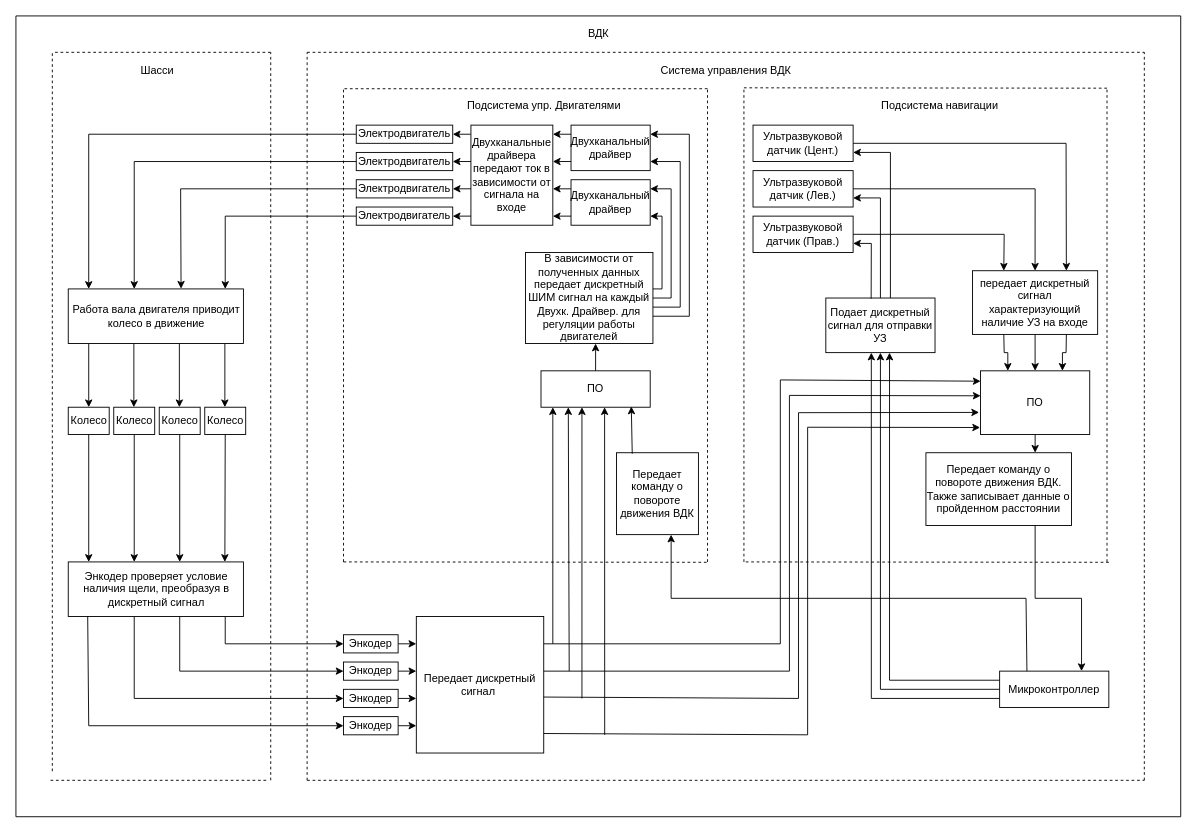
Above: Наработки/Схемы/Функциональная схема.drawio in AlexRussellGit/VKR---Russell-Alexander (draw.io), before the change. Source tidied: cells renumbered, new cells numbered last; positions are measured from the earlier drawing's top-left corner, leaving out a move shared by most shapes. Both pictures are drawn from the tidied source at 91%, with x=0, y=0 at pixel (15, 15).
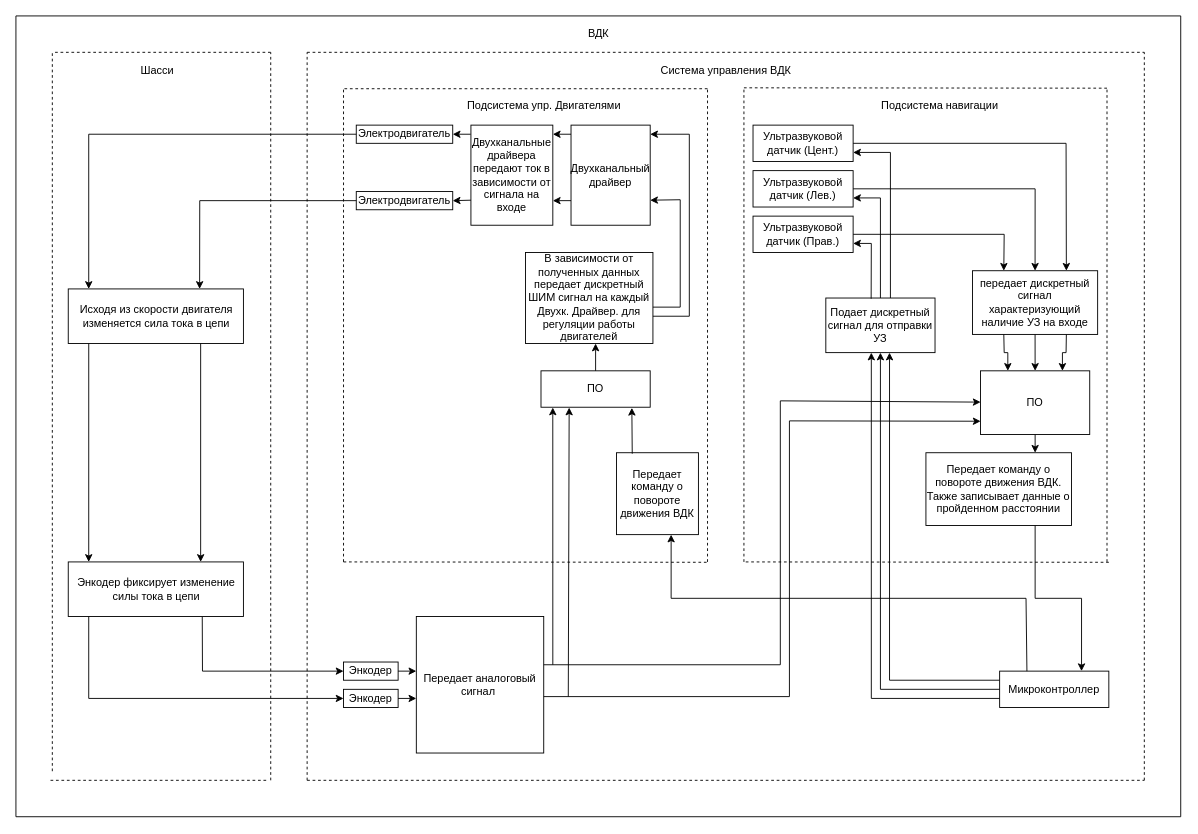
The same diagram, later.

Unchanged cells that the change refers to:
```xml
<mxCell id="28" value="ПО" style="rounded=0;whiteSpace=wrap;html=1;" parent="1" vertex="1">
  <mxGeometry x="577" y="390" width="120" height="40" as="geometry" />
</mxCell>
<mxCell id="38" value="ПО" style="rounded=0;whiteSpace=wrap;html=1;" parent="1" vertex="1">
  <mxGeometry x="1060" y="390" width="120" height="70" as="geometry" />
</mxCell>
<mxCell id="42" value="Энкодер" style="rounded=0;whiteSpace=wrap;html=1;" parent="1" vertex="1">
  <mxGeometry x="360" y="710" width="60" height="20" as="geometry" />
</mxCell>
<mxCell id="43" value="Энкодер" style="rounded=0;whiteSpace=wrap;html=1;" parent="1" vertex="1">
  <mxGeometry x="360" y="740" width="60" height="20" as="geometry" />
</mxCell>
<mxCell id="86" value="Передает команду о повороте движения ВДК" style="rounded=0;whiteSpace=wrap;html=1;" parent="1" vertex="1">
  <mxGeometry x="660" y="480" width="90" height="90" as="geometry" />
</mxCell>
<mxCell id="95" value="Двухканальные драйвера передают ток в зависимости от сигнала&amp;nbsp;на входе" style="rounded=0;whiteSpace=wrap;html=1;" parent="1" vertex="1">
  <mxGeometry x="500" y="120" width="90" height="110" as="geometry" />
</mxCell>
```

What changed in the source:
```diff
@@
-    <mxCell id="9" value="Колесо" style="rounded=0;whiteSpace=wrap;html=1;" parent="1" vertex="1">
-      <mxGeometry x="57.5" y="430" width="45" height="30" as="geometry" />
-    </mxCell>
@@
-    <mxCell id="30" value="Энкодер" style="rounded=0;whiteSpace=wrap;html=1;" parent="1" vertex="1">
-      <mxGeometry x="360" y="680" width="60" height="20" as="geometry" />
-    </mxCell>
@@
     <mxCell id="32" value="Электродвигатель" style="rounded=0;whiteSpace=wrap;html=1;" parent="1" vertex="1">
-      <mxGeometry x="374" y="150" width="106" height="20" as="geometry" />
+      <mxGeometry x="374" y="193" width="106" height="20" as="geometry" />
     </mxCell>
-    <mxCell id="33" value="Электродвигатель" style="rounded=0;whiteSpace=wrap;html=1;" parent="1" vertex="1">
-      <mxGeometry x="374" y="180" width="106" height="20" as="geometry" />
-    </mxCell>
-    <mxCell id="34" value="Электродвигатель" style="rounded=0;whiteSpace=wrap;html=1;" parent="1" vertex="1">
-      <mxGeometry x="374" y="210" width="106" height="20" as="geometry" />
-    </mxCell>
-    <mxCell id="35" value="Колесо" style="rounded=0;whiteSpace=wrap;html=1;" parent="1" vertex="1">
-      <mxGeometry x="107.5" y="430" width="45" height="30" as="geometry" />
-    </mxCell>
-    <mxCell id="36" value="Колесо" style="rounded=0;whiteSpace=wrap;html=1;" parent="1" vertex="1">
-      <mxGeometry x="157.5" y="430" width="45" height="30" as="geometry" />
-    </mxCell>
-    <mxCell id="37" value="Колесо" style="rounded=0;whiteSpace=wrap;html=1;" parent="1" vertex="1">
-      <mxGeometry x="207.5" y="430" width="45" height="30" as="geometry" />
-    </mxCell>
@@
-    <mxCell id="44" value="Энкодер" style="rounded=0;whiteSpace=wrap;html=1;" parent="1" vertex="1">
-      <mxGeometry x="360" y="770" width="60" height="20" as="geometry" />
-    </mxCell>
@@
-    <mxCell id="47" style="endArrow=classic;html=1;rounded=0;entryX=0.5;entryY=0;entryDx=0;entryDy=0;" parent="1" edge="1" target="9">
-      <mxGeometry relative="1" as="geometry">
-        <mxPoint x="80" y="360" as="sourcePoint" />
-      </mxGeometry>
-    </mxCell>
-    <mxCell id="48" style="endArrow=classic;html=1;rounded=0;entryX=0.5;entryY=0;entryDx=0;entryDy=0;" parent="1" edge="1">
-      <mxGeometry relative="1" as="geometry">
-        <mxPoint x="129.6" y="360" as="sourcePoint" />
-        <mxPoint x="129.6" y="430" as="targetPoint" />
-      </mxGeometry>
-    </mxCell>
-    <mxCell id="49" style="endArrow=classic;html=1;rounded=0;entryX=0.5;entryY=0;entryDx=0;entryDy=0;" parent="1" edge="1">
-      <mxGeometry relative="1" as="geometry">
-        <mxPoint x="179.6" y="360" as="sourcePoint" />
-        <mxPoint x="179.6" y="430" as="targetPoint" />
-      </mxGeometry>
-    </mxCell>
-    <mxCell id="50" style="endArrow=classic;html=1;rounded=0;entryX=0.5;entryY=0;entryDx=0;entryDy=0;" parent="1" edge="1">
-      <mxGeometry relative="1" as="geometry">
-        <mxPoint x="229.6" y="360" as="sourcePoint" />
-        <mxPoint x="229.6" y="430" as="targetPoint" />
-      </mxGeometry>
-    </mxCell>
-    <mxCell id="51" value="Работа вала двигателя приводит колесо в движение" style="rounded=0;whiteSpace=wrap;html=1;" parent="1" vertex="1">
+    <mxCell id="51" value="Исходя из скорости двигателя изменяется сила тока в цепи" style="rounded=0;whiteSpace=wrap;html=1;" parent="1" vertex="1">
       <mxGeometry x="57.5" y="300" width="192.5" height="60" as="geometry" />
     </mxCell>
@@
-    <mxCell id="53" style="endArrow=classic;html=1;rounded=0;exitX=0;exitY=0.5;exitDx=0;exitDy=0;" parent="1" edge="1" source="32">
+    <mxCell id="53" style="endArrow=classic;html=1;rounded=0;exitX=0;exitY=0.5;exitDx=0;exitDy=0;entryX=0.75;entryY=0;entryDx=0;entryDy=0;" parent="1" edge="1" source="32" target="51">
       <mxGeometry relative="1" as="geometry">
-        <mxPoint x="130" y="300" as="targetPoint" />
         <Array as="points">
-          <mxPoint x="130" y="160" />
+          <mxPoint x="202" y="203" />
         </Array>
       </mxGeometry>
     </mxCell>
-    <mxCell id="54" style="endArrow=classic;html=1;rounded=0;entryX=0.644;entryY=-0.004;entryDx=0;entryDy=0;entryPerimeter=0;exitX=0;exitY=0.5;exitDx=0;exitDy=0;" parent="1" edge="1" source="33" target="51">
-      <mxGeometry relative="1" as="geometry">
-        <Array as="points">
-          <mxPoint x="181" y="190" />
-        </Array>
-      </mxGeometry>
-    </mxCell>
-    <mxCell id="55" style="endArrow=classic;html=1;rounded=0;exitX=0;exitY=0.5;exitDx=0;exitDy=0;" parent="1" edge="1" source="34">
-      <mxGeometry relative="1" as="geometry">
-        <mxPoint x="230" y="300" as="targetPoint" />
-        <Array as="points">
-          <mxPoint x="230" y="220" />
-        </Array>
-      </mxGeometry>
-    </mxCell>
@@
-    <mxCell id="66" style="endArrow=classic;html=1;rounded=0;exitX=1;exitY=0.5;exitDx=0;exitDy=0;" parent="1" edge="1" source="30">
-      <mxGeometry relative="1" as="geometry">
-        <mxPoint x="440" y="690" as="targetPoint" />
-      </mxGeometry>
-    </mxCell>
-    <mxCell id="67" style="endArrow=classic;html=1;rounded=0;exitX=1;exitY=0.5;exitDx=0;exitDy=0;" parent="1" edge="1" source="44">
-      <mxGeometry relative="1" as="geometry">
-        <mxPoint x="440" y="780" as="targetPoint" />
-      </mxGeometry>
-    </mxCell>
-    <mxCell id="68" value="Передает дискретный сигнал&amp;nbsp;" style="rounded=0;whiteSpace=wrap;html=1;" parent="1" vertex="1">
+    <mxCell id="68" value="Передает аналоговый сигнал&amp;nbsp;" style="rounded=0;whiteSpace=wrap;html=1;" parent="1" vertex="1">
       <mxGeometry x="440" y="660" width="140" height="150" as="geometry" />
     </mxCell>
-    <mxCell id="69" style="endArrow=classic;html=1;rounded=0;exitX=0.5;exitY=1;exitDx=0;exitDy=0;" parent="1" edge="1" source="9">
+    <mxCell id="69" style="endArrow=classic;html=1;rounded=0;exitX=0.117;exitY=1;exitDx=0;exitDy=0;exitPerimeter=0;" parent="1" edge="1" source="51">
       <mxGeometry relative="1" as="geometry">
         <mxPoint x="80" y="600" as="targetPoint" />
       </mxGeometry>
     </mxCell>
-    <mxCell id="70" style="endArrow=classic;html=1;rounded=0;exitX=0.5;exitY=1;exitDx=0;exitDy=0;" parent="1" edge="1" source="35">
-      <mxGeometry relative="1" as="geometry">
-        <mxPoint x="130" y="600" as="targetPoint" />
-      </mxGeometry>
-    </mxCell>
-    <mxCell id="71" style="endArrow=classic;html=1;rounded=0;exitX=0.5;exitY=1;exitDx=0;exitDy=0;" parent="1" edge="1" source="36">
+    <mxCell id="71" style="endArrow=classic;html=1;rounded=0;" parent="1" edge="1">
       <mxGeometry relative="1" as="geometry">
-        <mxPoint x="180" y="600" as="targetPoint" />
+        <mxPoint x="203" y="360" as="sourcePoint" />
+        <mxPoint x="203" y="600" as="targetPoint" />
       </mxGeometry>
     </mxCell>
-    <mxCell id="72" style="endArrow=classic;html=1;rounded=0;exitX=0.5;exitY=1;exitDx=0;exitDy=0;" parent="1" edge="1" source="37">
-      <mxGeometry relative="1" as="geometry">
-        <mxPoint x="229.6" y="600" as="targetPoint" />
-      </mxGeometry>
-    </mxCell>
-    <mxCell id="73" value="Энкодер проверяет условие наличия щели, преобразуя в дискретный сигнал" style="rounded=0;whiteSpace=wrap;html=1;" parent="1" vertex="1">
+    <mxCell id="73" value="Энкодер фиксирует изменение силы тока в цепи" style="rounded=0;whiteSpace=wrap;html=1;" parent="1" vertex="1">
       <mxGeometry x="57.5" y="600" width="192.5" height="60" as="geometry" />
     </mxCell>
@@
-    <mxCell id="75" style="endArrow=classic;html=1;rounded=0;entryX=0;entryY=0.5;entryDx=0;entryDy=0;" parent="1" edge="1" target="30">
-      <mxGeometry relative="1" as="geometry">
-        <mxPoint x="230" y="660" as="sourcePoint" />
-        <Array as="points">
-          <mxPoint x="230" y="690" />
-        </Array>
-      </mxGeometry>
-    </mxCell>
-    <mxCell id="76" style="endArrow=classic;html=1;rounded=0;entryX=0;entryY=0.5;entryDx=0;entryDy=0;" parent="1" edge="1" target="42">
+    <mxCell id="76" style="endArrow=classic;html=1;rounded=0;entryX=0;entryY=0.5;entryDx=0;entryDy=0;exitX=0.765;exitY=1.006;exitDx=0;exitDy=0;exitPerimeter=0;" parent="1" edge="1" source="73" target="42">
       <mxGeometry relative="1" as="geometry">
-        <mxPoint x="180" y="660" as="sourcePoint" />
         <Array as="points">
-          <mxPoint x="180" y="720" />
+          <mxPoint x="205" y="720" />
         </Array>
       </mxGeometry>
     </mxCell>
     <mxCell id="77" style="endArrow=classic;html=1;rounded=0;entryX=0;entryY=0.5;entryDx=0;entryDy=0;" parent="1" edge="1" target="43">
       <mxGeometry relative="1" as="geometry">
-        <mxPoint x="130" y="660" as="sourcePoint" />
+        <mxPoint x="80" y="660" as="sourcePoint" />
         <Array as="points">
-          <mxPoint x="130" y="750" />
+          <mxPoint x="80" y="750" />
         </Array>
       </mxGeometry>
     </mxCell>
-    <mxCell id="78" style="endArrow=classic;html=1;rounded=0;entryX=0;entryY=0.5;entryDx=0;entryDy=0;exitX=0.111;exitY=0.99;exitDx=0;exitDy=0;exitPerimeter=0;" parent="1" edge="1" source="73" target="44">
-      <mxGeometry relative="1" as="geometry">
-        <Array as="points">
-          <mxPoint x="80" y="780" />
-        </Array>
-      </mxGeometry>
-    </mxCell>
-    <mxCell id="79" style="endArrow=classic;html=1;rounded=0;entryX=0.001;entryY=0.163;entryDx=0;entryDy=0;entryPerimeter=0;" parent="1" edge="1" target="38">
+    <mxCell id="79" style="endArrow=classic;html=1;rounded=0;entryX=0.001;entryY=0.163;entryDx=0;entryDy=0;entryPerimeter=0;" parent="1" edge="1">
       <mxGeometry relative="1" as="geometry">
-        <mxPoint x="580" y="690" as="sourcePoint" />
+        <mxPoint x="580" y="713" as="sourcePoint" />
+        <mxPoint x="1060.1" y="424.4" as="targetPoint" />
         <Array as="points">
-          <mxPoint x="840" y="690" />
-          <mxPoint x="840" y="400" />
+          <mxPoint x="840" y="713" />
+          <mxPoint x="840" y="423" />
         </Array>
       </mxGeometry>
     </mxCell>
-    <mxCell id="80" style="endArrow=classic;html=1;rounded=0;entryX=0.001;entryY=0.392;entryDx=0;entryDy=0;entryPerimeter=0;" parent="1" edge="1" target="38">
+    <mxCell id="80" style="endArrow=classic;html=1;rounded=0;entryX=0.001;entryY=0.392;entryDx=0;entryDy=0;entryPerimeter=0;" parent="1" edge="1">
       <mxGeometry relative="1" as="geometry">
-        <mxPoint x="580" y="720" as="sourcePoint" />
+        <mxPoint x="580" y="748" as="sourcePoint" />
+        <mxPoint x="1060.1" y="445.4" as="targetPoint" />
         <Array as="points">
-          <mxPoint x="850" y="720" />
-          <mxPoint x="850" y="417" />
+          <mxPoint x="850" y="748" />
+          <mxPoint x="850" y="445" />
         </Array>
       </mxGeometry>
     </mxCell>
-    <mxCell id="81" style="endArrow=classic;html=1;rounded=0;exitX=0.998;exitY=0.59;exitDx=0;exitDy=0;exitPerimeter=0;entryX=-0.013;entryY=0.653;entryDx=0;entryDy=0;entryPerimeter=0;" parent="1" edge="1" source="68" target="38">
-      <mxGeometry relative="1" as="geometry">
-        <Array as="points">
-          <mxPoint x="860" y="750" />
-          <mxPoint x="860" y="436" />
-        </Array>
-      </mxGeometry>
-    </mxCell>
-    <mxCell id="82" style="endArrow=classic;html=1;rounded=0;entryX=-0.004;entryY=0.89;entryDx=0;entryDy=0;exitX=1;exitY=0.857;exitDx=0;exitDy=0;exitPerimeter=0;entryPerimeter=0;" parent="1" edge="1" source="68" target="38">
-      <mxGeometry relative="1" as="geometry">
-        <Array as="points">
-          <mxPoint x="870" y="790" />
-          <mxPoint x="870" y="452" />
-        </Array>
-      </mxGeometry>
-    </mxCell>
-    <mxCell id="83" style="endArrow=classic;html=1;rounded=0;entryX=0.25;entryY=1;entryDx=0;entryDy=0;" parent="1" edge="1" target="28">
+    <mxCell id="83" style="endArrow=classic;html=1;rounded=0;entryX=0.258;entryY=1.01;entryDx=0;entryDy=0;entryPerimeter=0;" parent="1" edge="1" target="28">
       <mxGeometry relative="1" as="geometry">
-        <mxPoint x="608" y="720" as="sourcePoint" />
+        <mxPoint x="607" y="748" as="sourcePoint" />
       </mxGeometry>
     </mxCell>
-    <mxCell id="84" style="endArrow=classic;html=1;rounded=0;" parent="1" edge="1">
-      <mxGeometry relative="1" as="geometry">
-        <mxPoint x="622" y="750" as="sourcePoint" />
-        <mxPoint x="622" y="430" as="targetPoint" />
-      </mxGeometry>
-    </mxCell>
-    <mxCell id="85" style="endArrow=classic;html=1;rounded=0;entryX=0.176;entryY=1.016;entryDx=0;entryDy=0;entryPerimeter=0;" parent="1" edge="1">
-      <mxGeometry relative="1" as="geometry">
-        <mxPoint x="647" y="790" as="sourcePoint" />
-        <mxPoint x="646.9" y="430" as="targetPoint" />
-      </mxGeometry>
-    </mxCell>
@@
-    <mxCell id="87" style="endArrow=classic;html=1;rounded=0;exitX=0.192;exitY=0.012;exitDx=0;exitDy=0;exitPerimeter=0;entryX=0.827;entryY=0.98;entryDx=0;entryDy=0;entryPerimeter=0;" parent="1" edge="1" source="86" target="28">
+    <mxCell id="87" style="endArrow=classic;html=1;rounded=0;exitX=0.192;exitY=0.012;exitDx=0;exitDy=0;exitPerimeter=0;entryX=0.832;entryY=1.017;entryDx=0;entryDy=0;entryPerimeter=0;" parent="1" edge="1" source="86" target="28">
       <mxGeometry relative="1" as="geometry" />
     </mxCell>
@@
-    <mxCell id="90" style="endArrow=classic;html=1;rounded=0;entryX=1;entryY=0.5;entryDx=0;entryDy=0;" parent="1" edge="1">
-      <mxGeometry relative="1" as="geometry">
-        <mxPoint x="700" y="300" as="sourcePoint" />
-        <mxPoint x="697" y="220" as="targetPoint" />
-        <Array as="points">
-          <mxPoint x="710" y="300" />
-          <mxPoint x="710" y="220" />
-        </Array>
-      </mxGeometry>
-    </mxCell>
-    <mxCell id="91" style="endArrow=classic;html=1;rounded=0;entryX=1;entryY=0.5;entryDx=0;entryDy=0;" parent="1" edge="1">
-      <mxGeometry relative="1" as="geometry">
-        <mxPoint x="700" y="310" as="sourcePoint" />
-        <mxPoint x="697" y="190" as="targetPoint" />
-        <Array as="points">
-          <mxPoint x="720" y="310" />
-          <mxPoint x="720" y="190" />
-        </Array>
-      </mxGeometry>
-    </mxCell>
-    <mxCell id="92" style="endArrow=classic;html=1;rounded=0;entryX=1;entryY=0.5;entryDx=0;entryDy=0;" parent="1" edge="1">
+    <mxCell id="92" style="endArrow=classic;html=1;rounded=0;entryX=1;entryY=0.75;entryDx=0;entryDy=0;" parent="1" edge="1" target="104">
       <mxGeometry relative="1" as="geometry">
         <mxPoint x="700" y="320" as="sourcePoint" />
-        <mxPoint x="697" y="160" as="targetPoint" />
         <Array as="points">
           <mxPoint x="730" y="320" />
-          <mxPoint x="730" y="160" />
+          <mxPoint x="730" y="202" />
         </Array>
       </mxGeometry>
     </mxCell>
@@
-    <mxCell id="94" style="endArrow=classic;html=1;rounded=0;entryX=0.25;entryY=1;entryDx=0;entryDy=0;" parent="1" edge="1">
+    <mxCell id="94" style="endArrow=classic;html=1;rounded=0;entryX=0.108;entryY=1.008;entryDx=0;entryDy=0;entryPerimeter=0;" parent="1" edge="1" target="28">
       <mxGeometry relative="1" as="geometry">
-        <mxPoint x="590" y="690" as="sourcePoint" />
-        <mxPoint x="590" y="430" as="targetPoint" />
+        <mxPoint x="590" y="713" as="sourcePoint" />
       </mxGeometry>
     </mxCell>
@@
-    <mxCell id="98" style="endArrow=classic;html=1;rounded=0;entryX=1;entryY=0.5;entryDx=0;entryDy=0;" parent="1" edge="1" target="32">
-      <mxGeometry relative="1" as="geometry">
-        <mxPoint x="500" y="160" as="sourcePoint" />
-      </mxGeometry>
+    <mxCell id="98" style="endArrow=classic;html=1;rounded=0;entryX=1;entryY=0.5;entryDx=0;entryDy=0;exitX=0;exitY=0.75;exitDx=0;exitDy=0;" parent="1" edge="1" source="95" target="32">
+      <mxGeometry relative="1" as="geometry" />
     </mxCell>
-    <mxCell id="99" style="endArrow=classic;html=1;rounded=0;entryX=1;entryY=0.5;entryDx=0;entryDy=0;exitX=0;exitY=0.636;exitDx=0;exitDy=0;exitPerimeter=0;" parent="1" edge="1" source="95" target="33">
-      <mxGeometry relative="1" as="geometry" />
-    </mxCell>
-    <mxCell id="100" style="endArrow=classic;html=1;rounded=0;entryX=1;entryY=0.5;entryDx=0;entryDy=0;exitX=0;exitY=0.909;exitDx=0;exitDy=0;exitPerimeter=0;" parent="1" edge="1" source="95" target="34">
-      <mxGeometry relative="1" as="geometry" />
-    </mxCell>
     <mxCell id="101" style="endArrow=classic;html=1;rounded=0;exitX=0;exitY=0.5;exitDx=0;exitDy=0;" parent="1" edge="1">
       <mxGeometry relative="1" as="geometry">
-        <mxPoint x="610" y="160" as="sourcePoint" />
-        <mxPoint x="590" y="160" as="targetPoint" />
+        <mxPoint x="610" y="203" as="sourcePoint" />
+        <mxPoint x="590" y="203" as="targetPoint" />
       </mxGeometry>
     </mxCell>
-    <mxCell id="102" style="endArrow=classic;html=1;rounded=0;exitX=0;exitY=0.5;exitDx=0;exitDy=0;" parent="1" edge="1">
-      <mxGeometry relative="1" as="geometry">
-        <mxPoint x="610" y="190" as="sourcePoint" />
-        <mxPoint x="590" y="190" as="targetPoint" />
-      </mxGeometry>
-    </mxCell>
-    <mxCell id="103" style="endArrow=classic;html=1;rounded=0;exitX=0;exitY=0.5;exitDx=0;exitDy=0;" parent="1" edge="1">
-      <mxGeometry relative="1" as="geometry">
-        <mxPoint x="610" y="220" as="sourcePoint" />
-        <mxPoint x="590" y="220" as="targetPoint" />
-      </mxGeometry>
-    </mxCell>
     <mxCell id="104" value="Двухканальный драйвер" style="rounded=0;whiteSpace=wrap;html=1;" parent="1" vertex="1">
-      <mxGeometry x="610" y="120" width="87" height="50" as="geometry" />
+      <mxGeometry x="610" y="120" width="87" height="110" as="geometry" />
     </mxCell>
-    <mxCell id="105" value="Двухканальный драйвер" style="rounded=0;whiteSpace=wrap;html=1;" parent="1" vertex="1">
-      <mxGeometry x="610" y="180" width="87" height="50" as="geometry" />
-    </mxCell>
```
